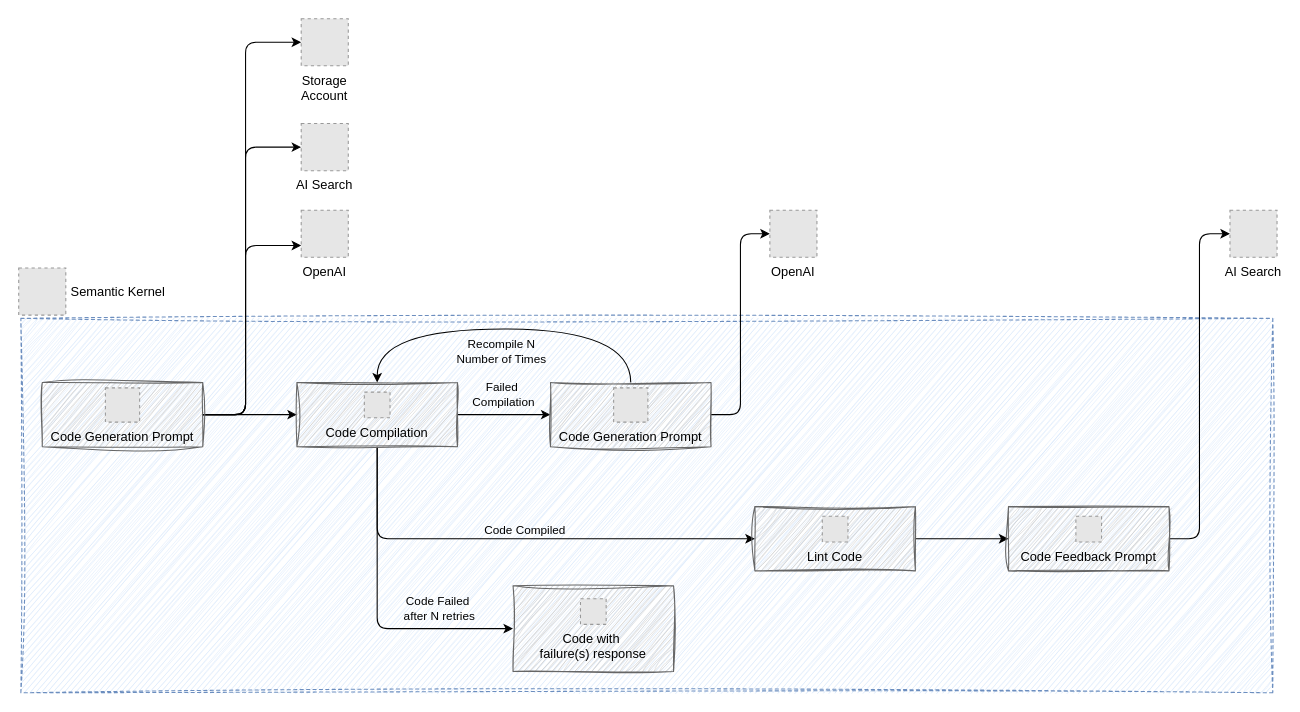
Above: page "Semantic Kernel Flow" (2 of 3) of docs/diagrams.drawio in microsoft/dsl-copilot (draw.io), before the change. Source tidied: cells renumbered, new cells numbered last; positions are measured from the earlier drawing's top-left corner, leaving out a move shared by most shapes. Both pictures are drawn from the tidied source at 107%, with x=0, y=0 at pixel (18, 18). Pictures stored in the file or linked from it are replaced by grey dashed boxes.
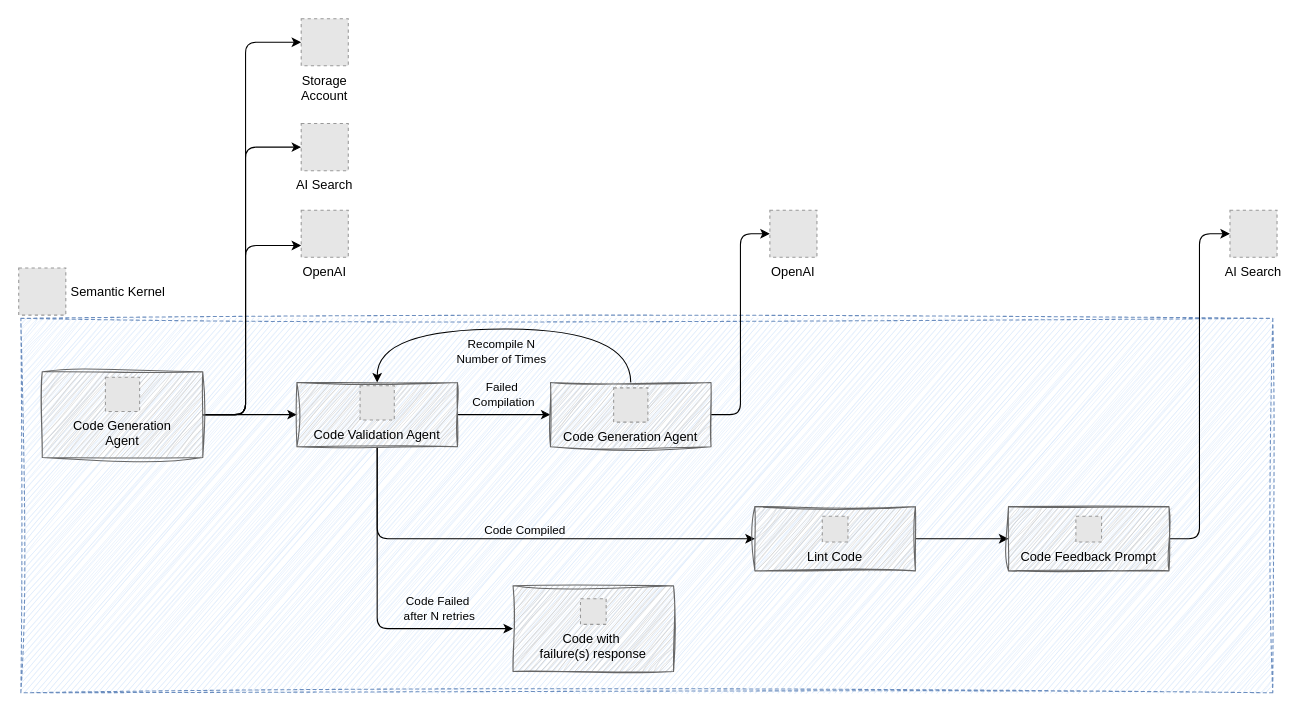
The same page after the edit.

What changed in the source:
```diff
@@
     <mxCell id="9" style="rounded=0;whiteSpace=wrap;html=1;fillColor=#CCCCCC;strokeColor=#666666;sketch=1;curveFitting=1;jiggle=2;fontColor=#333333;" parent="1" vertex="1">
-      <mxGeometry x="22" y="340" width="150" height="60" as="geometry" />
+      <mxGeometry x="22" y="330" width="150" height="80" as="geometry" />
     </mxCell>
@@
-    <mxCell id="17" value="Code Compilation" style="fillColor=#E6E6E6;strokeColor=#999999;dashed=1;verticalLabelPosition=bottom;labelBackgroundColor=none;verticalAlign=top;" parent="1" vertex="1">
-      <mxGeometry x="323" y="349" width="24" height="24" as="geometry" />
-    </mxCell>
@@
-    <mxCell id="34" value="Code Generation Prompt" style="fillColor=#E6E6E6;strokeColor=#999999;dashed=1;verticalLabelPosition=bottom;labelBackgroundColor=none;verticalAlign=top;" parent="1" vertex="1">
-      <mxGeometry x="81" y="345" width="32" height="32" as="geometry" />
+    <mxCell id="34" value="Code Generation&#10;Agent" style="fillColor=#E6E6E6;strokeColor=#999999;dashed=1;verticalLabelPosition=bottom;labelBackgroundColor=none;verticalAlign=top;" parent="1" vertex="1">
+      <mxGeometry x="81" y="335" width="32" height="32" as="geometry" />
     </mxCell>
-    <mxCell id="35" value="Code Generation Prompt" style="fillColor=#E6E6E6;strokeColor=#999999;dashed=1;verticalLabelPosition=bottom;labelBackgroundColor=none;verticalAlign=top;" parent="1" vertex="1">
+    <mxCell id="35" value="Code Generation Agent" style="fillColor=#E6E6E6;strokeColor=#999999;dashed=1;verticalLabelPosition=bottom;labelBackgroundColor=none;verticalAlign=top;" parent="1" vertex="1">
       <mxGeometry x="556" y="345" width="32" height="32" as="geometry" />
     </mxCell>
+    <mxCell id="36" value="Code Validation Agent" style="fillColor=#E6E6E6;strokeColor=#999999;dashed=1;verticalLabelPosition=bottom;labelBackgroundColor=none;verticalAlign=top;" parent="1" vertex="1">
+      <mxGeometry x="319" y="343" width="32" height="32" as="geometry" />
+    </mxCell>
```
